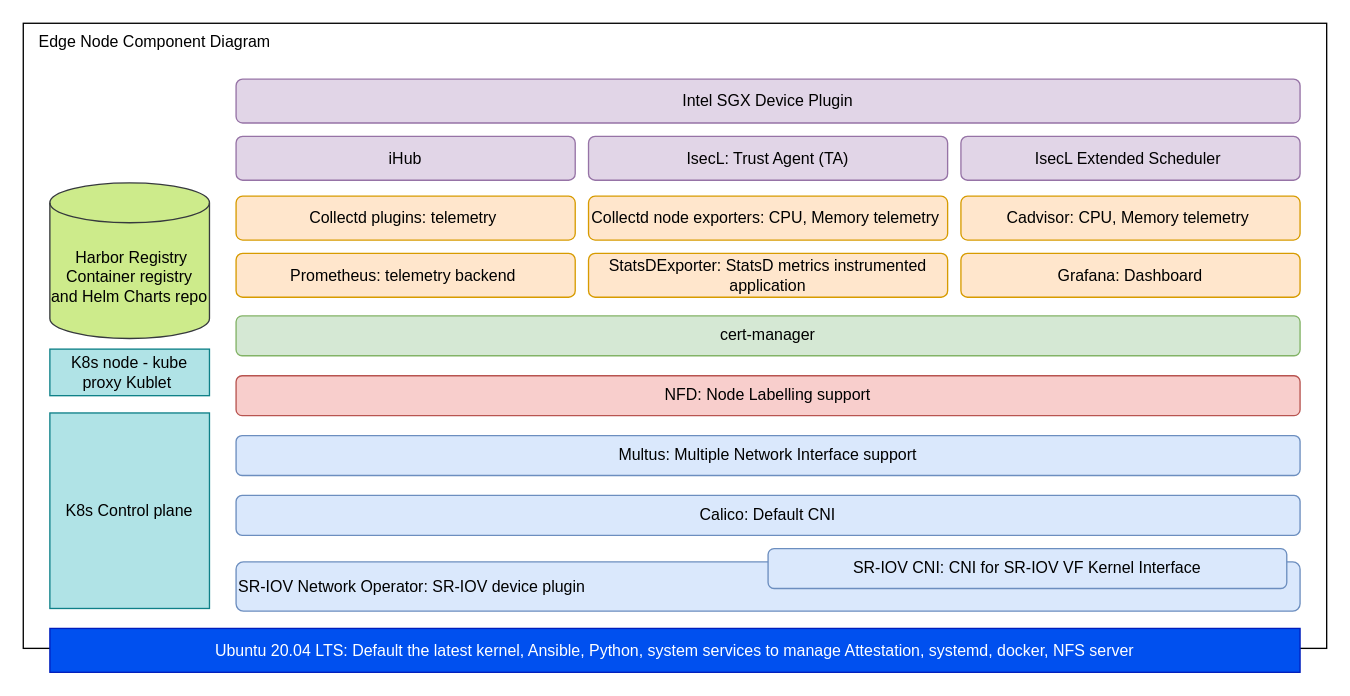
Earlier version of the draw.io diagram experience-kits/images/dek-node-component-diagram.drawio (intelsmartedgeons/docs). Source tidied: cells renumbered, new cells numbered last; positions are measured from the earlier drawing's top-left corner, leaving out a move shared by most shapes. Both pictures are drawn from the tidied source at 133%, with x=0, y=0 at pixel (23, 23).
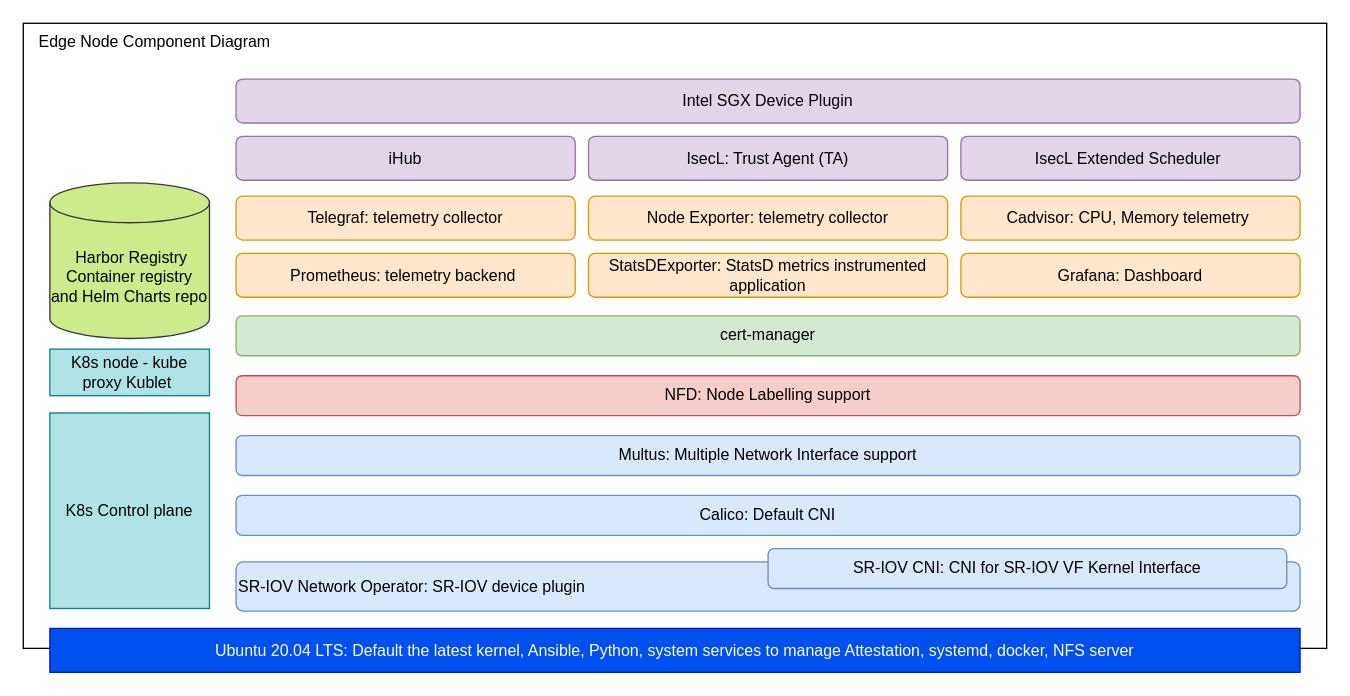
The same page after the edit.

Diff of the diagram source:
```diff
@@
-    <mxCell id="9" value="Collectd plugins: telemetry&amp;nbsp;" style="rounded=1;whiteSpace=wrap;html=1;align=center;fillColor=#ffe6cc;strokeColor=#d79b00;" parent="1" vertex="1">
+    <mxCell id="9" value="Telegraf: telemetry collector" style="rounded=1;whiteSpace=wrap;html=1;align=center;fillColor=#ffe6cc;strokeColor=#d79b00;" parent="1" vertex="1">
       <mxGeometry x="160" y="130" width="255" height="33" as="geometry" />
     </mxCell>
@@
-    <mxCell id="11" value="Collectd node exporters: CPU, Memory telemetry&amp;nbsp;" style="rounded=1;whiteSpace=wrap;html=1;align=center;fillColor=#ffe6cc;strokeColor=#d79b00;" parent="1" vertex="1">
+    <mxCell id="11" value="Node Exporter: telemetry collector" style="rounded=1;whiteSpace=wrap;html=1;align=center;fillColor=#ffe6cc;strokeColor=#d79b00;" parent="1" vertex="1">
       <mxGeometry x="425" y="130" width="270" height="33" as="geometry" />
     </mxCell>
```
